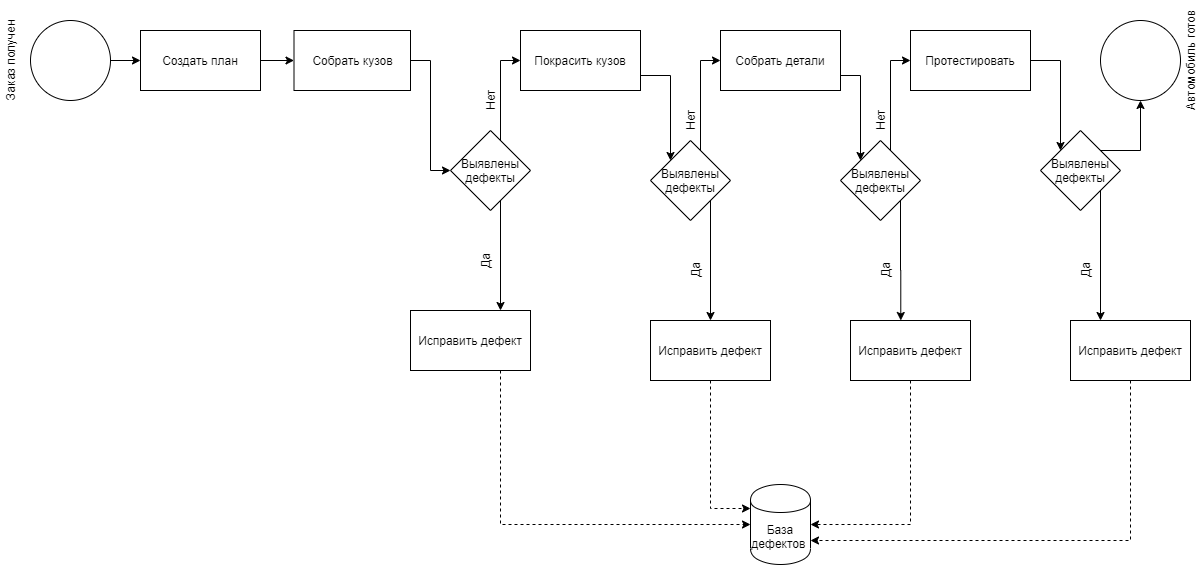
The draw.io diagram BPMN.png in vladmosin/CLI, before a commit. Source tidied: cells renumbered, new cells last; positions are measured from the earlier drawing's top-left corner, leaving out a move shared by most shapes.
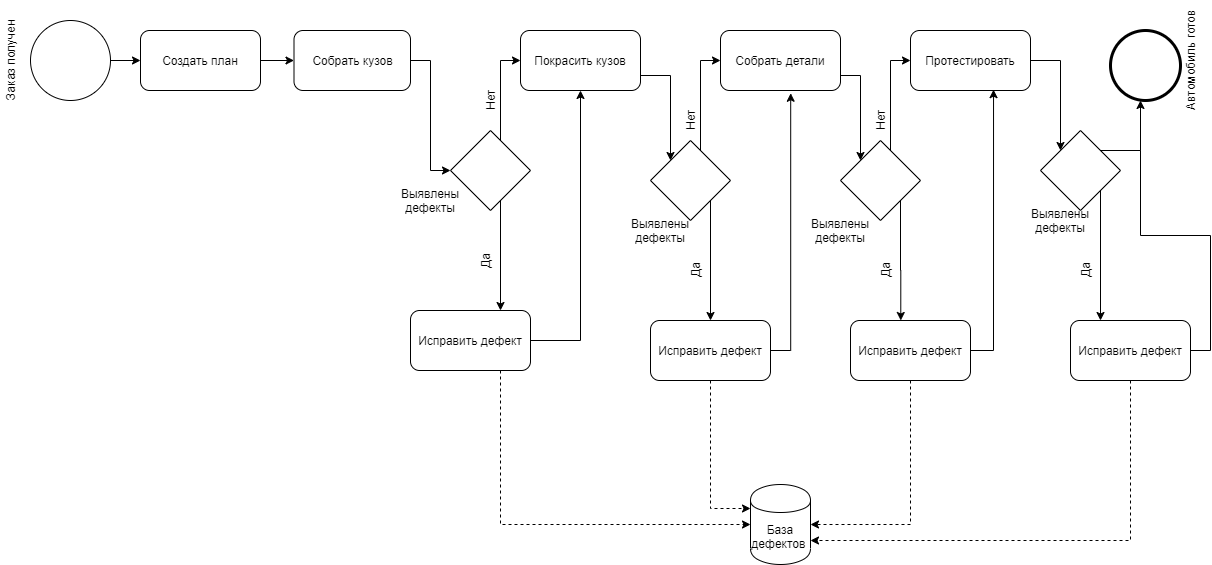
Above is the later version.

Change to the diagram source:
```diff
@@ -11,7 +11,7 @@
     <mxCell id="4" style="edgeStyle=orthogonalEdgeStyle;rounded=0;jettySize=auto;html=1;exitX=1;exitY=0.5;exitDx=0;exitDy=0;entryX=0;entryY=0.5;entryDx=0;entryDy=0;" parent="1" edge="1" source="5" target="8">
       <mxGeometry relative="1" as="geometry" />
     </mxCell>
-    <mxCell id="5" value="Создать план" style="rounded=0;whiteSpace=wrap;html=1;" parent="1" vertex="1">
+    <mxCell id="5" value="Создать план" style="rounded=1;whiteSpace=wrap;html=1;" parent="1" vertex="1">
       <mxGeometry x="180" y="10" width="120" height="60" as="geometry" />
     </mxCell>
     <mxCell id="6" style="endArrow=classic;html=1;entryX=0;entryY=0.5;entryDx=0;entryDy=0;" parent="1" edge="1" source="2" target="5">
@@ -20,7 +20,7 @@
     <mxCell id="7" style="edgeStyle=orthogonalEdgeStyle;rounded=0;jettySize=auto;html=1;exitX=1;exitY=0.5;exitDx=0;exitDy=0;entryX=0;entryY=0.5;entryDx=0;entryDy=0;" parent="1" edge="1" source="8" target="11">
       <mxGeometry relative="1" as="geometry" />
     </mxCell>
-    <mxCell id="8" value="Собрать кузов" style="rounded=0;whiteSpace=wrap;html=1;" parent="1" vertex="1">
+    <mxCell id="8" value="Собрать кузов" style="rounded=1;whiteSpace=wrap;html=1;" parent="1" vertex="1">
       <mxGeometry x="333.5" y="10" width="116.5" height="60" as="geometry" />
     </mxCell>
     <mxCell id="9" style="edgeStyle=orthogonalEdgeStyle;rounded=0;jettySize=auto;html=1;exitX=1;exitY=0;exitDx=0;exitDy=0;entryX=0;entryY=0.5;entryDx=0;entryDy=0;" parent="1" edge="1" source="11" target="13">
@@ -38,13 +38,13 @@
         </Array>
       </mxGeometry>
     </mxCell>
-    <mxCell id="11" value="Выявлены дефекты" style="rhombus;whiteSpace=wrap;html=1;" parent="1" vertex="1">
+    <mxCell id="11" style="rhombus;whiteSpace=wrap;html=1;" parent="1" vertex="1">
       <mxGeometry x="490" y="110" width="80" height="80" as="geometry" />
     </mxCell>
     <mxCell id="12" style="edgeStyle=orthogonalEdgeStyle;rounded=0;jettySize=auto;html=1;exitX=1;exitY=0.75;exitDx=0;exitDy=0;entryX=0;entryY=0;entryDx=0;entryDy=0;" parent="1" edge="1" source="13" target="16">
       <mxGeometry relative="1" as="geometry" />
     </mxCell>
-    <mxCell id="13" value="Покрасить кузов" style="rounded=0;whiteSpace=wrap;html=1;" parent="1" vertex="1">
+    <mxCell id="13" value="Покрасить кузов" style="rounded=1;whiteSpace=wrap;html=1;" parent="1" vertex="1">
       <mxGeometry x="560" y="10" width="120" height="60" as="geometry" />
     </mxCell>
     <mxCell id="14" style="edgeStyle=orthogonalEdgeStyle;rounded=0;jettySize=auto;html=1;exitX=1;exitY=0;exitDx=0;exitDy=0;entryX=0;entryY=0.5;entryDx=0;entryDy=0;" parent="1" edge="1" source="16" target="18">
@@ -58,19 +58,19 @@
     <mxCell id="15" style="edgeStyle=orthogonalEdgeStyle;rounded=0;jettySize=auto;html=1;exitX=1;exitY=1;exitDx=0;exitDy=0;" parent="1" edge="1" source="16" target="40">
       <mxGeometry relative="1" as="geometry" />
     </mxCell>
-    <mxCell id="16" value="Выявлены дефекты" style="rhombus;whiteSpace=wrap;html=1;" parent="1" vertex="1">
+    <mxCell id="16" style="rhombus;whiteSpace=wrap;html=1;" parent="1" vertex="1">
       <mxGeometry x="690" y="120" width="80" height="80" as="geometry" />
     </mxCell>
     <mxCell id="17" style="edgeStyle=orthogonalEdgeStyle;rounded=0;jettySize=auto;html=1;exitX=1;exitY=0.75;exitDx=0;exitDy=0;entryX=0;entryY=0;entryDx=0;entryDy=0;" parent="1" edge="1" source="18" target="23">
       <mxGeometry relative="1" as="geometry" />
     </mxCell>
-    <mxCell id="18" value="Собрать детали" style="rounded=0;whiteSpace=wrap;html=1;" parent="1" vertex="1">
+    <mxCell id="18" value="Собрать детали" style="rounded=1;whiteSpace=wrap;html=1;" parent="1" vertex="1">
       <mxGeometry x="760" y="10" width="120" height="60" as="geometry" />
     </mxCell>
     <mxCell id="19" style="edgeStyle=orthogonalEdgeStyle;rounded=0;jettySize=auto;html=1;exitX=1;exitY=0.5;exitDx=0;exitDy=0;entryX=0;entryY=0;entryDx=0;entryDy=0;" parent="1" edge="1" source="20" target="26">
       <mxGeometry relative="1" as="geometry" />
     </mxCell>
-    <mxCell id="20" value="Протестировать" style="rounded=0;whiteSpace=wrap;html=1;" parent="1" vertex="1">
+    <mxCell id="20" value="Протестировать" style="rounded=1;whiteSpace=wrap;html=1;" parent="1" vertex="1">
       <mxGeometry x="950" y="10" width="120" height="60" as="geometry" />
     </mxCell>
     <mxCell id="21" style="edgeStyle=orthogonalEdgeStyle;rounded=0;jettySize=auto;html=1;exitX=1;exitY=0;exitDx=0;exitDy=0;entryX=0;entryY=0.5;entryDx=0;entryDy=0;" parent="1" edge="1" source="23" target="20">
@@ -84,11 +84,12 @@
     <mxCell id="22" style="edgeStyle=orthogonalEdgeStyle;rounded=0;jettySize=auto;html=1;exitX=1;exitY=1;exitDx=0;exitDy=0;entryX=0.419;entryY=0;entryDx=0;entryDy=0;entryPerimeter=0;" parent="1" edge="1" source="23" target="38">
       <mxGeometry relative="1" as="geometry" />
     </mxCell>
-    <mxCell id="23" value="Выявлены дефекты" style="rhombus;whiteSpace=wrap;html=1;" parent="1" vertex="1">
+    <mxCell id="23" style="rhombus;whiteSpace=wrap;html=1;" parent="1" vertex="1">
       <mxGeometry x="880" y="120" width="80" height="80" as="geometry" />
     </mxCell>
-    <mxCell id="24" style="edgeStyle=orthogonalEdgeStyle;rounded=0;jettySize=auto;html=1;exitX=1;exitY=0;exitDx=0;exitDy=0;entryX=0.5;entryY=1;entryDx=0;entryDy=0;" parent="1" edge="1" source="26" target="27">
+    <mxCell id="24" style="edgeStyle=orthogonalEdgeStyle;rounded=0;jettySize=auto;html=1;exitX=1;exitY=0;exitDx=0;exitDy=0;entryX=0.5;entryY=1;entryDx=0;entryDy=0;" parent="1" edge="1" source="26">
       <mxGeometry relative="1" as="geometry">
+        <mxPoint x="1180" y="80" as="targetPoint" />
         <Array as="points">
           <mxPoint x="1180" y="130" />
         </Array>
@@ -97,12 +98,9 @@
     <mxCell id="25" style="edgeStyle=orthogonalEdgeStyle;rounded=0;jettySize=auto;html=1;exitX=1;exitY=1;exitDx=0;exitDy=0;entryX=0.25;entryY=0;entryDx=0;entryDy=0;" parent="1" edge="1" source="26" target="36">
       <mxGeometry relative="1" as="geometry" />
     </mxCell>
-    <mxCell id="26" value="Выявлены дефекты" style="rhombus;whiteSpace=wrap;html=1;" parent="1" vertex="1">
+    <mxCell id="26" style="rhombus;whiteSpace=wrap;html=1;" parent="1" vertex="1">
       <mxGeometry x="1080" y="110" width="80" height="80" as="geometry" />
     </mxCell>
-    <mxCell id="27" style="ellipse;whiteSpace=wrap;html=1;" parent="1" vertex="1">
-      <mxGeometry x="1140" width="80" height="80" as="geometry" />
-    </mxCell>
     <mxCell id="28" value="Автомобиль готов" style="text;html=1;align=center;verticalAlign=middle;rotation=270;" parent="1" vertex="1">
       <mxGeometry x="1170" y="30" width="120" height="20" as="geometry" />
     </mxCell>
@@ -121,25 +119,45 @@
     <mxCell id="33" style="edgeStyle=orthogonalEdgeStyle;rounded=0;jettySize=auto;html=1;exitX=0.75;exitY=1;exitDx=0;exitDy=0;entryX=0;entryY=0.5;entryDx=0;entryDy=0;dashed=1;" parent="1" edge="1" source="34" target="32">
       <mxGeometry relative="1" as="geometry" />
     </mxCell>
+    <mxCell id="45" style="edgeStyle=orthogonalEdgeStyle;rounded=0;jettySize=auto;html=1;exitX=1;exitY=0.5;exitDx=0;exitDy=0;entryX=0.5;entryY=1;entryDx=0;entryDy=0;endArrow=classic;endFill=1;" parent="1" edge="1" source="34" target="13">
+      <mxGeometry relative="1" as="geometry" />
+    </mxCell>
-    <mxCell id="34" value="Исправить дефект" style="rounded=0;whiteSpace=wrap;html=1;" parent="1" vertex="1">
+    <mxCell id="34" value="Исправить дефект" style="rounded=1;whiteSpace=wrap;html=1;" parent="1" vertex="1">
       <mxGeometry x="450" y="290" width="120" height="60" as="geometry" />
     </mxCell>
     <mxCell id="35" style="edgeStyle=orthogonalEdgeStyle;rounded=0;jettySize=auto;html=1;exitX=0.5;exitY=1;exitDx=0;exitDy=0;entryX=1;entryY=0.7;entryDx=0;entryDy=0;dashed=1;" parent="1" edge="1" source="36" target="32">
       <mxGeometry relative="1" as="geometry" />
     </mxCell>
+    <mxCell id="46" style="edgeStyle=orthogonalEdgeStyle;rounded=0;jettySize=auto;html=1;exitX=1;exitY=0.5;exitDx=0;exitDy=0;endArrow=none;endFill=0;" parent="1" edge="1" source="36">
+      <mxGeometry relative="1" as="geometry">
+        <mxPoint x="1170" y="130" as="targetPoint" />
+        <Array as="points">
+          <mxPoint x="1250" y="330" />
+          <mxPoint x="1250" y="215" />
+          <mxPoint x="1180" y="215" />
+          <mxPoint x="1180" y="130" />
+        </Array>
+      </mxGeometry>
+    </mxCell>
-    <mxCell id="36" value="Исправить дефект" style="rounded=0;whiteSpace=wrap;html=1;" parent="1" vertex="1">
+    <mxCell id="36" value="Исправить дефект" style="rounded=1;whiteSpace=wrap;html=1;" parent="1" vertex="1">
       <mxGeometry x="1110" y="300" width="120" height="60" as="geometry" />
     </mxCell>
     <mxCell id="37" style="edgeStyle=orthogonalEdgeStyle;rounded=0;jettySize=auto;html=1;exitX=0.5;exitY=1;exitDx=0;exitDy=0;entryX=1;entryY=0.5;entryDx=0;entryDy=0;dashed=1;" parent="1" edge="1" source="38" target="32">
       <mxGeometry relative="1" as="geometry" />
     </mxCell>
+    <mxCell id="47" style="edgeStyle=orthogonalEdgeStyle;rounded=0;jettySize=auto;html=1;exitX=1;exitY=0.5;exitDx=0;exitDy=0;entryX=0.692;entryY=0.986;entryDx=0;entryDy=0;entryPerimeter=0;endArrow=classic;endFill=1;" parent="1" edge="1" source="38" target="20">
+      <mxGeometry relative="1" as="geometry" />
+    </mxCell>
-    <mxCell id="38" value="Исправить дефект" style="rounded=0;whiteSpace=wrap;html=1;" parent="1" vertex="1">
+    <mxCell id="38" value="Исправить дефект" style="rounded=1;whiteSpace=wrap;html=1;" parent="1" vertex="1">
       <mxGeometry x="890" y="300" width="120" height="60" as="geometry" />
     </mxCell>
     <mxCell id="39" style="edgeStyle=orthogonalEdgeStyle;rounded=0;jettySize=auto;html=1;exitX=0.5;exitY=1;exitDx=0;exitDy=0;entryX=0;entryY=0.3;entryDx=0;entryDy=0;dashed=1;" parent="1" edge="1" source="40" target="32">
       <mxGeometry relative="1" as="geometry" />
     </mxCell>
+    <mxCell id="48" style="edgeStyle=orthogonalEdgeStyle;rounded=0;jettySize=auto;html=1;exitX=1;exitY=0.5;exitDx=0;exitDy=0;entryX=0.585;entryY=1.046;entryDx=0;entryDy=0;entryPerimeter=0;endArrow=classic;endFill=1;" parent="1" edge="1" source="40" target="18">
+      <mxGeometry relative="1" as="geometry" />
+    </mxCell>
-    <mxCell id="40" value="Исправить дефект" style="rounded=0;whiteSpace=wrap;html=1;" parent="1" vertex="1">
+    <mxCell id="40" value="Исправить дефект" style="rounded=1;whiteSpace=wrap;html=1;" parent="1" vertex="1">
       <mxGeometry x="690" y="300" width="120" height="60" as="geometry" />
     </mxCell>
     <mxCell id="41" value="Да" style="text;html=1;align=center;verticalAlign=middle;rotation=270;" parent="1" vertex="1">
@@ -154,5 +172,20 @@
     <mxCell id="44" value="Да" style="text;html=1;align=center;verticalAlign=middle;rotation=270;" parent="1" vertex="1">
       <mxGeometry x="1110" y="240" width="30" height="20" as="geometry" />
     </mxCell>
+    <mxCell id="49" value="Выявлены дефекты" style="text;html=1;strokeColor=none;fillColor=none;align=center;verticalAlign=middle;whiteSpace=wrap;rounded=0;" parent="1" vertex="1">
+      <mxGeometry x="1080" y="190" width="40" height="20" as="geometry" />
+    </mxCell>
+    <mxCell id="50" value="Выявлены дефекты" style="text;html=1;strokeColor=none;fillColor=none;align=center;verticalAlign=middle;whiteSpace=wrap;rounded=0;" parent="1" vertex="1">
+      <mxGeometry x="860" y="200" width="40" height="20" as="geometry" />
+    </mxCell>
+    <mxCell id="51" value="Выявлены дефекты" style="text;html=1;strokeColor=none;fillColor=none;align=center;verticalAlign=middle;whiteSpace=wrap;rounded=0;" parent="1" vertex="1">
+      <mxGeometry x="680" y="200" width="40" height="20" as="geometry" />
+    </mxCell>
+    <mxCell id="52" value="Выявлены дефекты" style="text;html=1;strokeColor=none;fillColor=none;align=center;verticalAlign=middle;whiteSpace=wrap;rounded=0;" parent="1" vertex="1">
+      <mxGeometry x="450" y="170" width="40" height="20" as="geometry" />
+    </mxCell>
+    <mxCell id="53" style="shape=mxgraph.bpmn.shape;html=1;verticalLabelPosition=bottom;labelBackgroundColor=#ffffff;verticalAlign=top;align=center;perimeter=ellipsePerimeter;outline=end;symbol=general;" parent="1" vertex="1">
+      <mxGeometry x="1150" y="10" width="70" height="70" as="geometry" />
+    </mxCell>
   </root>
 </mxGraphModel>
```
